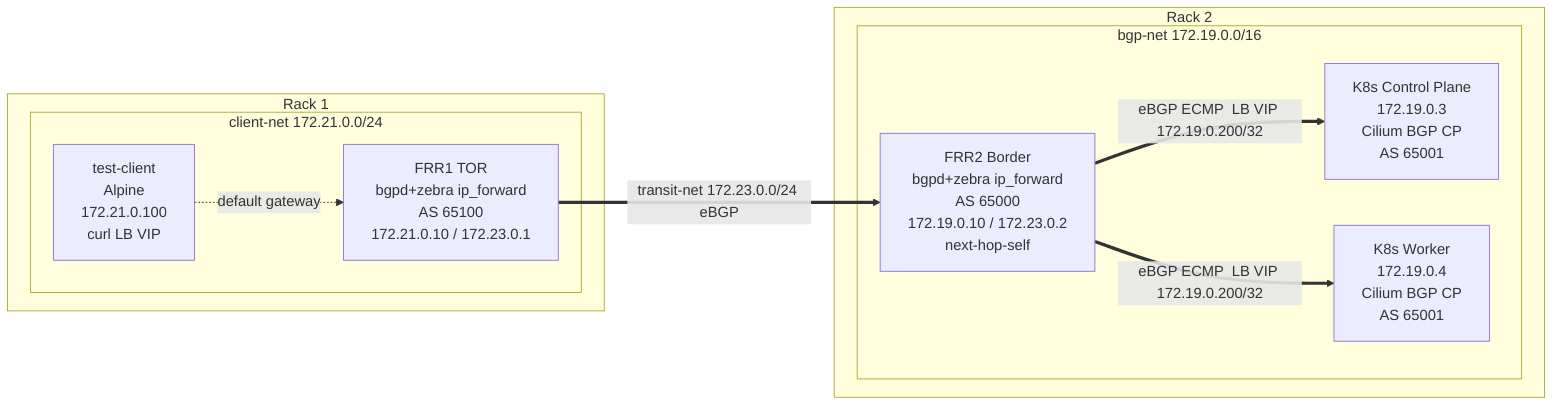
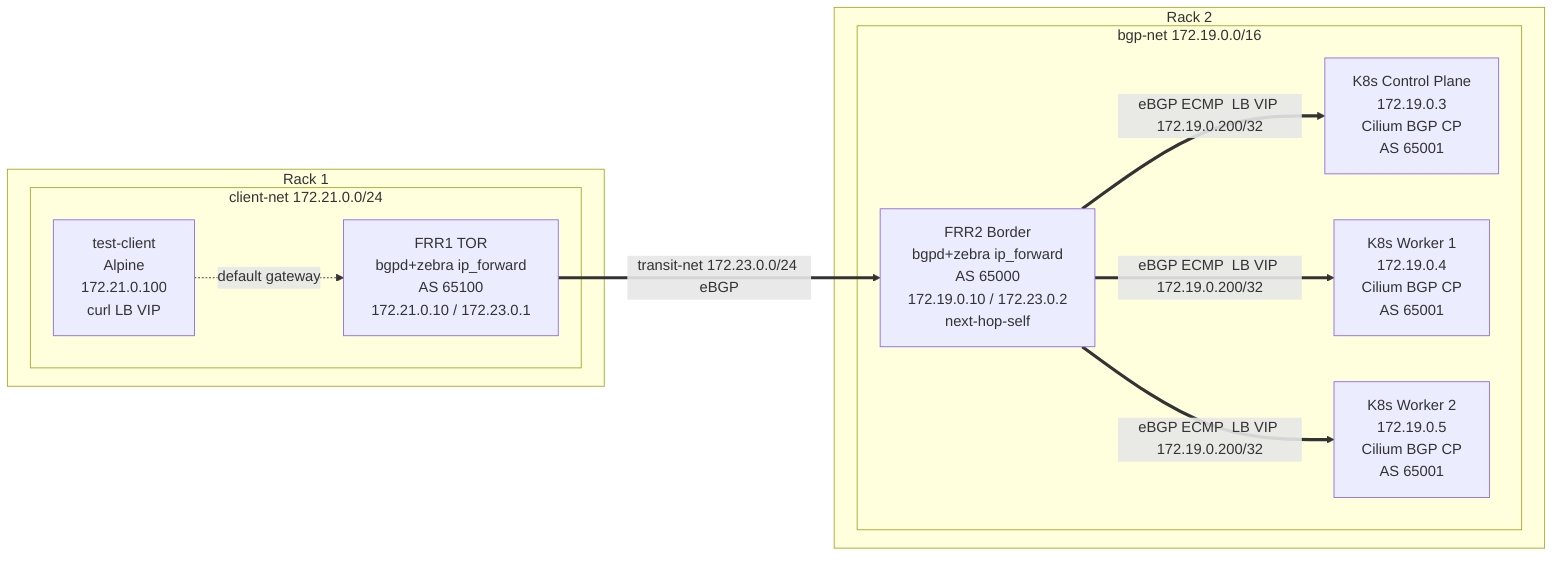
graph LR
    subgraph R1["Rack 1"]
        subgraph CN["client-net 172.21.0.0/24"]
            CL["test-client
                Alpine
                172.21.0.100
                curl LB VIP"]
            F1["FRR1 TOR
                bgpd+zebra ip_forward
                AS 65100
                172.21.0.10 / 172.23.0.1"]
        end
    end

    F1 ==>|transit-net 172.23.0.0/24 eBGP| F2

    subgraph R2["Rack 2"]
        subgraph BN["bgp-net 172.19.0.0/16"]
            F2["FRR2 Border
                bgpd+zebra ip_forward
                AS 65000
                172.19.0.10 / 172.23.0.2
                next-hop-self"]
            CP["K8s Control Plane
                172.19.0.3
                Cilium BGP CP
                AS 65001"]
-             WK["K8s Worker
+             WK["K8s Worker 1
                172.19.0.4
+                 Cilium BGP CP
+                 AS 65001"]
+             WK2["K8s Worker 2
+                 172.19.0.5
                Cilium BGP CP
                AS 65001"]
        end
    end

    F2 ==>|eBGP ECMP  LB VIP 172.19.0.200/32| CP
    F2 ==>|eBGP ECMP  LB VIP 172.19.0.200/32| WK
+     F2 ==>|eBGP ECMP  LB VIP 172.19.0.200/32| WK2

    CL -.->|default gateway| F1
